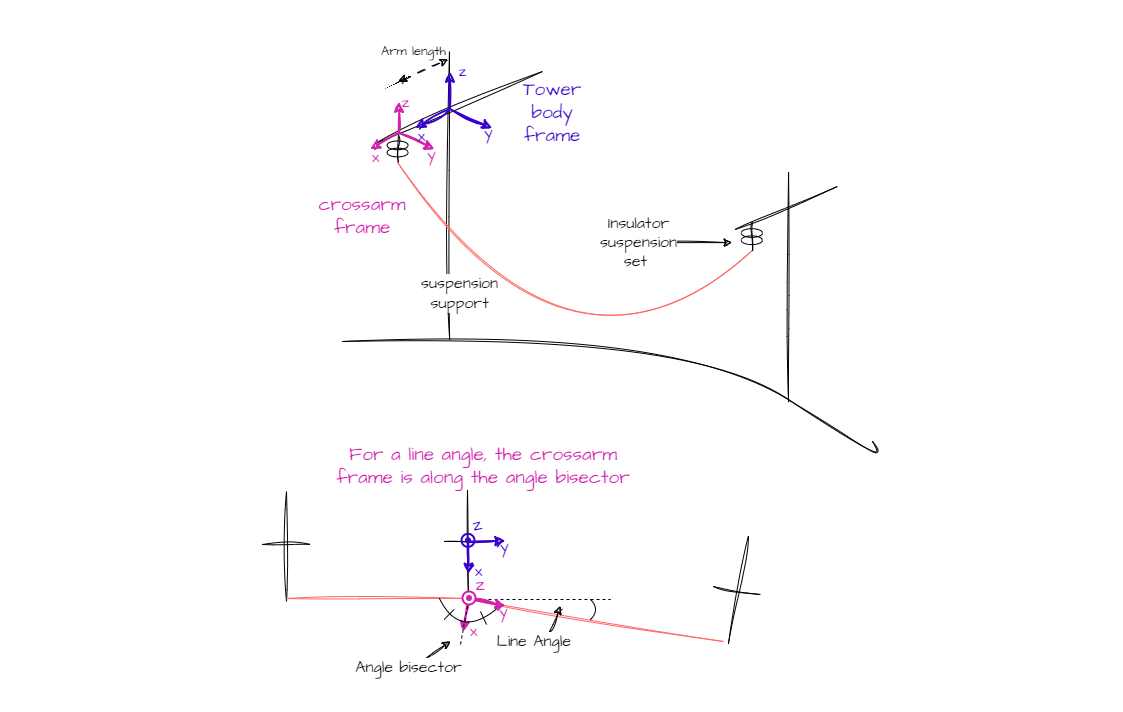
This is docs/user_guide/assets/support_frame.drawio.png from phlowers/mechaphlowers, a draw.io export, as it was before one commit. Source tidied: cells renumbered, new cells last; positions are measured from the earlier drawing's top-left corner, leaving out a move shared by most shapes.
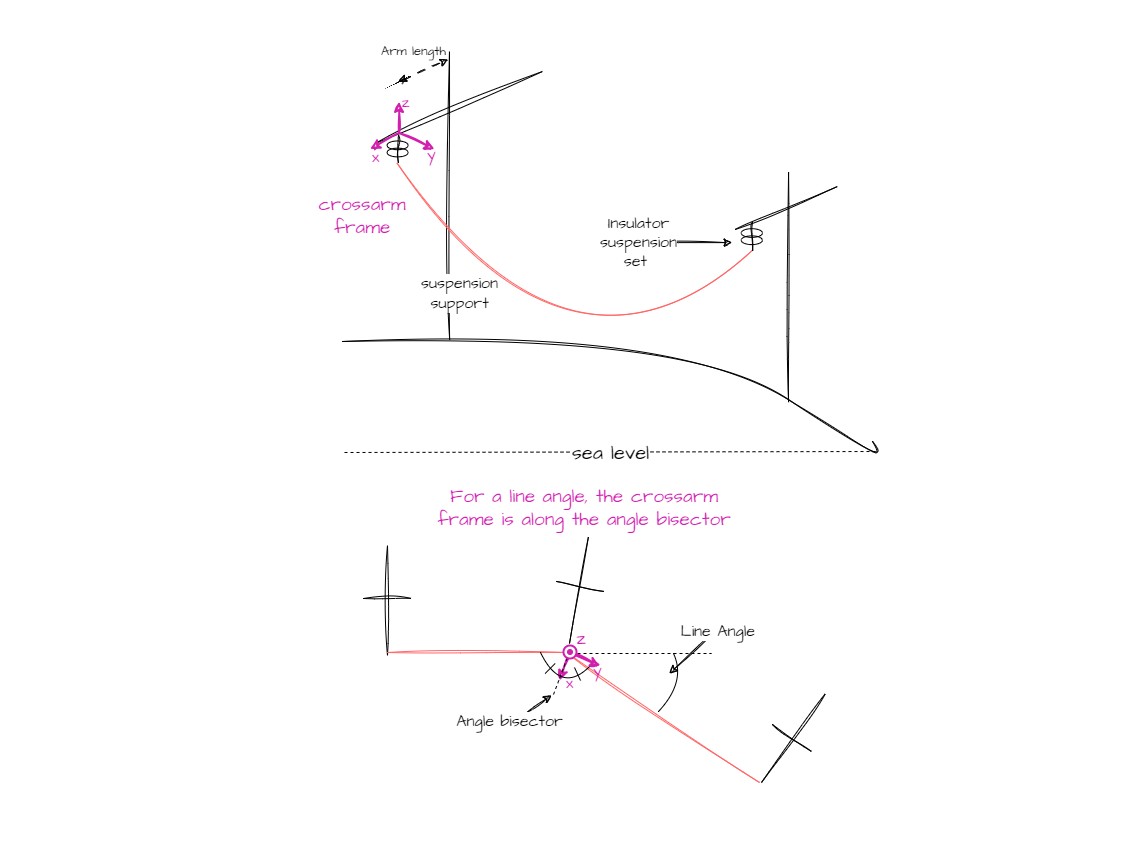
After the commit.

Change to the diagram source:
```diff
@@ -5,3 +5,3 @@
     <mxCell id="2" style="rounded=0;whiteSpace=wrap;html=1;labelBackgroundColor=none;sketch=0;hachureGap=4;jiggle=2;curveFitting=1;strokeWidth=2;fontFamily=Architects Daughter;fontSource=https%3A%2F%2Ffonts.googleapis.com%2Fcss%3Ffamily%3DArchitects%2BDaughter;fontSize=19;fontColor=#D11FAE;fillColor=default;gradientColor=none;arcSize=9;strokeColor=none;" parent="1" vertex="1">
-      <mxGeometry x="-0.5" width="1120.1" height="710" as="geometry" />
+      <mxGeometry x="-0.5" width="1120.1" height="840" as="geometry" />
     </mxCell>
@@ -9,4 +9,4 @@
       <mxGeometry x="0.9" y="10" relative="1" as="geometry">
-        <mxPoint x="467" y="598" as="sourcePoint" />
-        <mxPoint x="462" y="630" as="targetPoint" />
+        <mxPoint x="568" y="652" as="sourcePoint" />
+        <mxPoint x="558" y="679" as="targetPoint" />
       </mxGeometry>
@@ -14,3 +14,3 @@
     <mxCell id="4" style="group;fontColor=#A50040;labelBackgroundColor=none;" parent="1" vertex="1">
-      <mxGeometry x="210" y="490" width="748.5" height="196.3" as="geometry" />
+      <mxGeometry x="253" y="544" width="748.5" height="196.3" as="geometry" />
     </mxCell>
@@ -18,4 +18,4 @@
       <mxGeometry relative="1" as="geometry">
-        <mxPoint x="249" y="153" as="sourcePoint" />
-        <mxPoint x="258" y="104" as="targetPoint" />
+        <mxPoint x="299" y="149" as="sourcePoint" />
+        <mxPoint x="316" y="104" as="targetPoint" />
       </mxGeometry>
@@ -24,4 +24,4 @@
       <mxGeometry relative="1" as="geometry">
-        <mxPoint x="99" y="53" as="sourcePoint" />
-        <mxPoint x="51" y="53" as="targetPoint" />
+        <mxPoint x="157" y="53" as="sourcePoint" />
+        <mxPoint x="109" y="53" as="targetPoint" />
       </mxGeometry>
@@ -30,4 +30,4 @@
       <mxGeometry relative="1" as="geometry">
-        <mxPoint x="75" y="110" as="sourcePoint" />
-        <mxPoint x="75" as="targetPoint" />
+        <mxPoint x="133" y="110" as="sourcePoint" />
+        <mxPoint x="133" as="targetPoint" />
       </mxGeometry>
@@ -36,4 +36,4 @@
       <mxGeometry relative="1" as="geometry">
-        <mxPoint x="255" y="107" as="sourcePoint" />
-        <mxPoint x="75" y="107" as="targetPoint" />
+        <mxPoint x="313" y="107" as="sourcePoint" />
+        <mxPoint x="133" y="107" as="targetPoint" />
       </mxGeometry>
@@ -42,8 +42,8 @@
       <mxGeometry relative="1" as="geometry">
-        <mxPoint x="512" y="150" as="sourcePoint" />
-        <mxPoint x="254" y="107" as="targetPoint" />
+        <mxPoint x="505" y="237" as="sourcePoint" />
+        <mxPoint x="312" y="107" as="targetPoint" />
       </mxGeometry>
     </mxCell>
-    <mxCell id="10" style="group;rotation=10;" parent="4" vertex="1">
-      <mxGeometry x="502" y="43" width="48" height="110" as="geometry" />
+    <mxCell id="10" style="group;rotation=35;" parent="4" vertex="1">
+      <mxGeometry x="514" y="137" width="48" height="110" as="geometry" />
     </mxCell>
@@ -51,4 +51,4 @@
       <mxGeometry relative="1" as="geometry">
-        <mxPoint x="15" y="109" as="sourcePoint" />
-        <mxPoint x="35" y="1" as="targetPoint" />
+        <mxPoint x="-7" y="100" as="sourcePoint" />
+        <mxPoint x="57" y="11" as="targetPoint" />
       </mxGeometry>
@@ -57,4 +57,4 @@
       <mxGeometry relative="1" as="geometry">
-        <mxPoint x="47" y="60" as="sourcePoint" />
-        <mxPoint y="52" as="targetPoint" />
+        <mxPoint x="43" y="69" as="sourcePoint" />
+        <mxPoint x="4" y="42" as="targetPoint" />
       </mxGeometry>
@@ -62,24 +62,11 @@
     <mxCell id="13" value="&amp;nbsp;Line Angle" style="endArrow=classic;startArrow=none;html=1;rounded=0;shadow=0;sketch=1;hachureGap=4;jiggle=2;curveFitting=1;strokeColor=default;fontFamily=Architects Daughter;fontSource=https%3A%2F%2Ffonts.googleapis.com%2Fcss%3Ffamily%3DArchitects%2BDaughter;fontSize=16;startSize=6;endSize=6;curved=1;jumpSize=6;startFill=0;" parent="4" edge="1">
-      <mxGeometry x="-1" y="22" relative="1" as="geometry">
-        <mxPoint x="339" y="140" as="sourcePoint" />
-        <mxPoint x="349" y="114.5" as="targetPoint" />
-        <mxPoint y="18" as="offset" />
+      <mxGeometry x="-0.96" y="1" relative="1" as="geometry">
+        <mxPoint x="461" y="84.2" as="sourcePoint" />
+        <mxPoint x="415" y="128" as="targetPoint" />
       </mxGeometry>
     </mxCell>
-    <mxCell id="14" style="endArrow=none;html=1;sketch=1;hachureGap=4;jiggle=2;curveFitting=1;fontFamily=Architects Daughter;fontSource=https%3A%2F%2Ffonts.googleapis.com%2Fcss%3Ffamily%3DArchitects%2BDaughter;fontSize=16;" parent="4" edge="1">
-      <mxGeometry relative="1" as="geometry">
-        <mxPoint x="257" y="108" as="sourcePoint" />
-        <mxPoint x="256" y="-1" as="targetPoint" />
-      </mxGeometry>
-    </mxCell>
-    <mxCell id="15" style="endArrow=none;html=1;sketch=1;hachureGap=4;jiggle=2;curveFitting=1;fontFamily=Architects Daughter;fontSource=https%3A%2F%2Ffonts.googleapis.com%2Fcss%3Ffamily%3DArchitects%2BDaughter;fontSize=16;" parent="4" edge="1">
-      <mxGeometry relative="1" as="geometry">
-        <mxPoint x="282" y="50" as="sourcePoint" />
-        <mxPoint x="233" y="50" as="targetPoint" />
-      </mxGeometry>
-    </mxCell>
     <mxCell id="16" value="Angle bisector" style="endArrow=classic;startArrow=none;html=1;rounded=0;shadow=0;sketch=1;hachureGap=4;jiggle=2;curveFitting=1;strokeColor=default;fontFamily=Architects Daughter;fontSource=https%3A%2F%2Ffonts.googleapis.com%2Fcss%3Ffamily%3DArchitects%2BDaughter;fontSize=16;startSize=6;endSize=6;curved=1;jumpSize=6;startFill=0;" parent="4" edge="1">
       <mxGeometry x="-1" y="-22" relative="1" as="geometry">
-        <mxPoint x="209" y="170" as="sourcePoint" />
-        <mxPoint x="239" y="150" as="targetPoint" />
+        <mxPoint x="267" y="170" as="sourcePoint" />
+        <mxPoint x="297" y="150" as="targetPoint" />
         <mxPoint x="-24" y="-12" as="offset" />
@@ -89,4 +76,4 @@
       <mxGeometry relative="1" as="geometry">
-        <mxPoint x="259" y="108" as="sourcePoint" />
-        <mxPoint x="399" y="108" as="targetPoint" />
+        <mxPoint x="317" y="108" as="sourcePoint" />
+        <mxPoint x="457" y="108" as="targetPoint" />
       </mxGeometry>
@@ -95,6 +82,6 @@
       <mxGeometry relative="1" as="geometry">
-        <mxPoint x="379" y="128" as="sourcePoint" />
-        <mxPoint x="379" y="108" as="targetPoint" />
+        <mxPoint x="404" y="166" as="sourcePoint" />
+        <mxPoint x="419" y="108" as="targetPoint" />
         <Array as="points">
-          <mxPoint x="389" y="118" />
+          <mxPoint x="432" y="136" />
         </Array>
@@ -104,6 +91,6 @@
       <mxGeometry relative="1" as="geometry">
-        <mxPoint x="228" y="107" as="sourcePoint" />
-        <mxPoint x="289" y="114" as="targetPoint" />
+        <mxPoint x="286" y="107" as="sourcePoint" />
+        <mxPoint x="336" y="120" as="targetPoint" />
         <Array as="points">
-          <mxPoint x="249" y="150" />
+          <mxPoint x="307" y="150" />
         </Array>
@@ -113,4 +100,4 @@
       <mxGeometry relative="1" as="geometry">
-        <mxPoint x="232.7" y="128" as="sourcePoint" />
-        <mxPoint x="242.7" y="118" as="targetPoint" />
+        <mxPoint x="290.7" y="128" as="sourcePoint" />
+        <mxPoint x="300.7" y="118" as="targetPoint" />
       </mxGeometry>
@@ -119,4 +106,4 @@
       <mxGeometry relative="1" as="geometry">
-        <mxPoint x="275" y="133" as="sourcePoint" />
-        <mxPoint x="269" y="120" as="targetPoint" />
+        <mxPoint x="326" y="135" as="sourcePoint" />
+        <mxPoint x="320" y="122" as="targetPoint" />
       </mxGeometry>
@@ -125,4 +112,4 @@
       <mxGeometry x="0.95" y="-6" relative="1" as="geometry">
-        <mxPoint x="257" y="108" as="sourcePoint" />
-        <mxPoint x="294" y="114" as="targetPoint" />
+        <mxPoint x="315" y="108" as="sourcePoint" />
+        <mxPoint x="346" y="120" as="targetPoint" />
       </mxGeometry>
@@ -130,37 +117,28 @@
     <mxCell id="23" style="ellipse;whiteSpace=wrap;html=1;hachureGap=4;fontFamily=Architects Daughter;fontSource=https%3A%2F%2Ffonts.googleapis.com%2Fcss%3Ffamily%3DArchitects%2BDaughter;fontSize=19;fontColor=#d11fae;labelBackgroundColor=none;endArrow=classic;rounded=1;strokeColor=#D11FAE;fillColor=default;verticalAlign=middle;" parent="4" vertex="1">
-      <mxGeometry x="251" y="100" width="13" height="13" as="geometry" />
+      <mxGeometry x="309" y="100" width="13" height="13" as="geometry" />
     </mxCell>
     <mxCell id="24" style="ellipse;whiteSpace=wrap;html=1;hachureGap=4;fontFamily=Architects Daughter;fontSource=https%3A%2F%2Ffonts.googleapis.com%2Fcss%3Ffamily%3DArchitects%2BDaughter;fontSize=19;fontColor=#d11fae;labelBackgroundColor=none;endArrow=classic;rounded=1;strokeColor=#D11FAE;fillColor=default;verticalAlign=middle;strokeWidth=2;" parent="4" vertex="1">
-      <mxGeometry x="251" y="100" width="13" height="13" as="geometry" />
+      <mxGeometry x="309" y="100" width="13" height="13" as="geometry" />
     </mxCell>
     <mxCell id="25" style="ellipse;whiteSpace=wrap;html=1;hachureGap=4;fontFamily=Architects Daughter;fontSource=https%3A%2F%2Ffonts.googleapis.com%2Fcss%3Ffamily%3DArchitects%2BDaughter;fontSize=19;fontColor=#d11fae;labelBackgroundColor=none;endArrow=classic;rounded=1;strokeColor=#D11FAE;fillColor=#D11FAE;verticalAlign=middle;gradientColor=none;" parent="4" vertex="1">
-      <mxGeometry x="255" y="104" width="5" height="5" as="geometry" />
+      <mxGeometry x="313" y="104" width="5" height="5" as="geometry" />
     </mxCell>
     <mxCell id="26" value="z" style="text;html=1;strokeColor=none;fillColor=none;align=center;verticalAlign=middle;whiteSpace=wrap;rounded=0;labelBackgroundColor=none;sketch=0;hachureGap=4;jiggle=2;curveFitting=1;fontFamily=Architects Daughter;fontSource=https%3A%2F%2Ffonts.googleapis.com%2Fcss%3Ffamily%3DArchitects%2BDaughter;fontSize=19;fontColor=#D11FAE;" parent="4" vertex="1">
-      <mxGeometry x="259" y="84.2" width="20" height="20" as="geometry" />
+      <mxGeometry x="317" y="84.2" width="20" height="20" as="geometry" />
     </mxCell>
-    <mxCell id="27" style="group;rotation=-10.1;" parent="4" vertex="1">
-      <mxGeometry x="251" y="23.3" width="43" height="55.8" as="geometry" />
-    </mxCell>
-    <mxCell id="28" value="x" style="endArrow=classic;html=1;sketch=1;hachureGap=4;jiggle=2;curveFitting=1;fontFamily=Architects Daughter;fontSource=https%3A%2F%2Ffonts.googleapis.com%2Fcss%3Ffamily%3DArchitects%2BDaughter;fontSize=16;fillColor=#d80073;strokeColor=#3700CC;fontColor=#3700CC;labelBackgroundColor=none;strokeWidth=2;" parent="27" edge="1">
-      <mxGeometry x="0.9" y="10" relative="1" as="geometry">
-        <mxPoint x="6" y="27" as="sourcePoint" />
-        <mxPoint x="6" y="59" as="targetPoint" />
-      </mxGeometry>
-    </mxCell>
-    <mxCell id="29" value="y" style="endArrow=classic;html=1;sketch=1;hachureGap=4;jiggle=2;curveFitting=1;fontFamily=Architects Daughter;fontSource=https%3A%2F%2Ffonts.googleapis.com%2Fcss%3Ffamily%3DArchitects%2BDaughter;fontSize=16;labelBackgroundColor=none;fontColor=#3700CC;fillColor=#d80073;strokeColor=#3700CC;strokeWidth=2;" parent="27" edge="1">
-      <mxGeometry x="0.95" y="-6" relative="1" as="geometry">
-        <mxPoint x="6" y="27" as="sourcePoint" />
-        <mxPoint x="43" y="26" as="targetPoint" />
-      </mxGeometry>
-    </mxCell>
-    <mxCell id="30" style="ellipse;whiteSpace=wrap;html=1;hachureGap=4;fontFamily=Architects Daughter;fontSource=https%3A%2F%2Ffonts.googleapis.com%2Fcss%3Ffamily%3DArchitects%2BDaughter;fontSize=19;fontColor=#3700CC;labelBackgroundColor=none;endArrow=classic;rounded=1;strokeColor=#3700CC;fillColor=none;verticalAlign=middle;strokeWidth=2;rotation=-10.1;" parent="27" vertex="1">
-      <mxGeometry x="-1" y="19" width="13" height="13" as="geometry" />
-    </mxCell>
-    <mxCell id="31" style="ellipse;whiteSpace=wrap;html=1;hachureGap=4;fontFamily=Architects Daughter;fontSource=https%3A%2F%2Ffonts.googleapis.com%2Fcss%3Ffamily%3DArchitects%2BDaughter;fontSize=19;fontColor=#3700CC;labelBackgroundColor=none;endArrow=classic;rounded=1;strokeColor=#3700CC;fillColor=#3700CC;verticalAlign=middle;gradientColor=none;rotation=-10.1;" parent="27" vertex="1">
-      <mxGeometry x="3" y="23" width="5" height="5" as="geometry" />
-    </mxCell>
-    <mxCell id="32" value="z" style="text;html=1;strokeColor=none;fillColor=none;align=center;verticalAlign=middle;whiteSpace=wrap;rounded=0;labelBackgroundColor=none;sketch=0;hachureGap=4;jiggle=2;curveFitting=1;fontFamily=Architects Daughter;fontSource=https%3A%2F%2Ffonts.googleapis.com%2Fcss%3Ffamily%3DArchitects%2BDaughter;fontSize=19;fontColor=#3700CC;rotation=-10.1;" parent="27" vertex="1">
-      <mxGeometry x="5" y="1" width="20" height="20" as="geometry" />
-    </mxCell>
+    <mxCell id="61" style="group;rotation=10.9;" parent="4" vertex="1">
+      <mxGeometry x="301" y="-10" width="49" height="109" as="geometry" />
+    </mxCell>
+    <mxCell id="14" style="endArrow=none;html=1;sketch=1;hachureGap=4;jiggle=2;curveFitting=1;fontFamily=Architects Daughter;fontSource=https%3A%2F%2Ffonts.googleapis.com%2Fcss%3Ffamily%3DArchitects%2BDaughter;fontSize=16;" parent="61" edge="1">
+      <mxGeometry relative="1" as="geometry">
+        <mxPoint x="14" y="108" as="sourcePoint" />
+        <mxPoint x="33" y="1" as="targetPoint" />
+      </mxGeometry>
+    </mxCell>
+    <mxCell id="15" style="endArrow=none;html=1;sketch=1;hachureGap=4;jiggle=2;curveFitting=1;fontFamily=Architects Daughter;fontSource=https%3A%2F%2Ffonts.googleapis.com%2Fcss%3Ffamily%3DArchitects%2BDaughter;fontSize=16;" parent="61" edge="1">
+      <mxGeometry relative="1" as="geometry">
+        <mxPoint x="49" y="56" as="sourcePoint" />
+        <mxPoint x="1" y="46" as="targetPoint" />
+      </mxGeometry>
+    </mxCell>
     <mxCell id="33" style="group;" parent="1" vertex="1">
@@ -260,26 +238,8 @@
     </mxCell>
-    <mxCell id="53" style="group;" parent="33" vertex="1">
-      <mxGeometry x="52.8" y="0.1" width="77" height="56.5" as="geometry" />
-    </mxCell>
-    <mxCell id="54" value="y" style="endArrow=classic;html=1;sketch=1;hachureGap=4;jiggle=2;curveFitting=1;fontFamily=Architects Daughter;fontSource=https%3A%2F%2Ffonts.googleapis.com%2Fcss%3Ffamily%3DArchitects%2BDaughter;fontSize=16;labelBackgroundColor=none;fontColor=#3700CC;fillColor=#d80073;strokeColor=#3700CC;strokeWidth=2;" parent="53" edge="1">
-      <mxGeometry x="0.95" y="-6" relative="1" as="geometry">
-        <mxPoint x="34.6" y="37.2" as="sourcePoint" />
-        <mxPoint x="77" y="56.5" as="targetPoint" />
-      </mxGeometry>
-    </mxCell>
-    <mxCell id="55" value="z" style="endArrow=classic;html=1;sketch=1;hachureGap=4;jiggle=2;curveFitting=1;fontFamily=Architects Daughter;fontSource=https%3A%2F%2Ffonts.googleapis.com%2Fcss%3Ffamily%3DArchitects%2BDaughter;fontSize=16;labelBackgroundColor=none;fontColor=#3700CC;fillColor=#d80073;strokeColor=#3700CC;strokeWidth=2;" parent="53" edge="1">
-      <mxGeometry x="1" y="-13" relative="1" as="geometry">
-        <mxPoint x="34.6" y="36.5" as="sourcePoint" />
-        <mxPoint x="34.6" as="targetPoint" />
-      </mxGeometry>
-    </mxCell>
-    <mxCell id="56" value="x" style="endArrow=classic;html=1;sketch=1;hachureGap=4;jiggle=2;curveFitting=1;fontFamily=Architects Daughter;fontSource=https%3A%2F%2Ffonts.googleapis.com%2Fcss%3Ffamily%3DArchitects%2BDaughter;fontSize=16;fillColor=#d80073;strokeColor=#3700CC;fontColor=#3700CC;labelBackgroundColor=none;strokeWidth=2;" parent="53" edge="1">
-      <mxGeometry x="0.9" y="10" relative="1" as="geometry">
-        <mxPoint x="34.6" y="37.2" as="sourcePoint" />
-        <mxPoint y="56.5" as="targetPoint" />
-      </mxGeometry>
-    </mxCell>
-    <mxCell id="57" value="Tower body frame" style="text;html=1;strokeColor=none;fillColor=none;align=center;verticalAlign=middle;whiteSpace=wrap;rounded=0;labelBackgroundColor=none;sketch=0;hachureGap=4;jiggle=2;curveFitting=1;strokeWidth=2;fontFamily=Architects Daughter;fontSource=https%3A%2F%2Ffonts.googleapis.com%2Fcss%3Ffamily%3DArchitects%2BDaughter;fontSize=19;fontColor=#3700CC;" parent="33" vertex="1">
-      <mxGeometry x="160" y="26.6" width="60" height="30" as="geometry" />
-    </mxCell>
+    <mxCell id="62" value="sea level" style="endArrow=none;dashed=1;html=1;strokeWidth=1;hachureGap=4;fontFamily=Architects Daughter;fontSource=https%3A%2F%2Ffonts.googleapis.com%2Fcss%3Ffamily%3DArchitects%2BDaughter;fontSize=20;" parent="33" edge="1">
+      <mxGeometry relative="1" as="geometry">
+        <mxPoint x="-18" y="381" as="sourcePoint" />
+        <mxPoint x="514.7" y="380" as="targetPoint" />
+      </mxGeometry>
+    </mxCell>
     <mxCell id="58" value="crossarm frame" style="text;html=1;strokeColor=none;fillColor=none;align=center;verticalAlign=middle;whiteSpace=wrap;rounded=0;labelBackgroundColor=none;sketch=0;hachureGap=4;jiggle=2;curveFitting=1;strokeWidth=2;fontFamily=Architects Daughter;fontSource=https%3A%2F%2Ffonts.googleapis.com%2Fcss%3Ffamily%3DArchitects%2BDaughter;fontSize=19;fontColor=#D11FAE;" parent="1" vertex="1">
@@ -288,3 +248,3 @@
     <mxCell id="59" value="For a line angle, the crossarm frame is along the angle bisector" style="text;html=1;strokeColor=none;fillColor=none;align=center;verticalAlign=middle;whiteSpace=wrap;rounded=0;labelBackgroundColor=none;sketch=0;hachureGap=4;jiggle=2;curveFitting=1;strokeWidth=2;fontFamily=Architects Daughter;fontSource=https%3A%2F%2Ffonts.googleapis.com%2Fcss%3Ffamily%3DArchitects%2BDaughter;fontSize=19;fontColor=#D11FAE;" parent="1" vertex="1">
-      <mxGeometry x="332" y="441.6" width="300" height="47.4" as="geometry" />
+      <mxGeometry x="433" y="483.6" width="300" height="47.4" as="geometry" />
     </mxCell>
```
